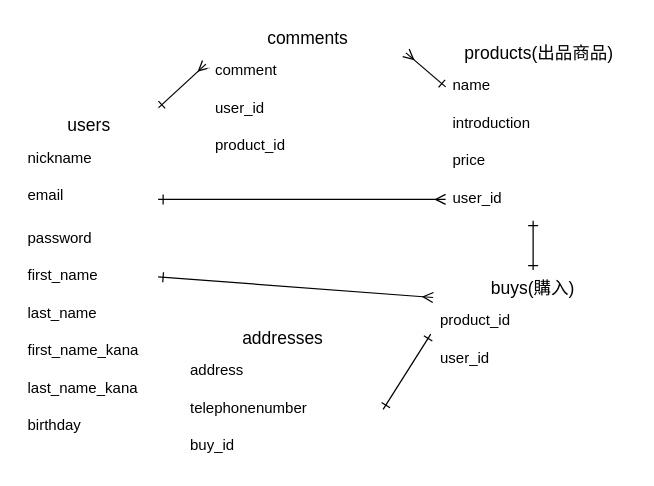
Earlier version of the draw.io diagram furima-37953.dio (pyonkichimaru/furima-37953). Source tidied: cells renumbered, new cells numbered last; positions are measured from the earlier drawing's top-left corner, leaving out a move shared by most shapes. Both pictures are drawn from the tidied source at 125%, with x=0, y=0 at pixel (20, 20).
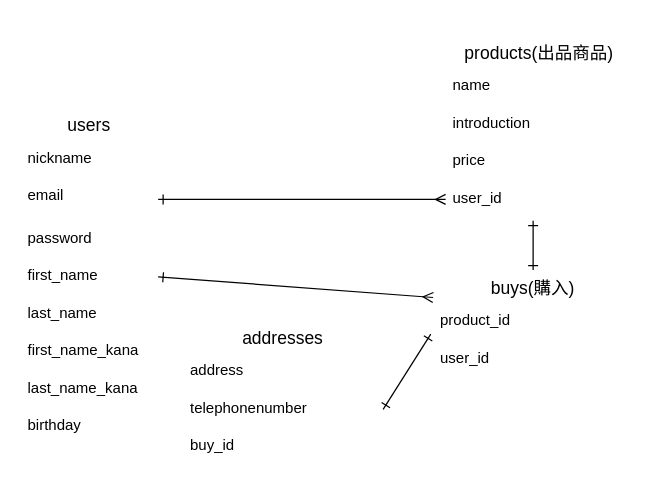
The same diagram, later.

Commit message (it also covers changes not shown here):
ER図とREADMEの再編集

The change refers to these unchanged cells:
```xml
<mxCell id="3" value="users" style="swimlane;fontStyle=0;horizontal=1;startSize=26;align=center;fontSize=14;strokeColor=#FFFFFF;" parent="1" vertex="1">
  <mxGeometry y="70" width="110" height="270" as="geometry" />
</mxCell>
<mxCell id="13" value="name" style="text;strokeColor=none;fillColor=none;spacingLeft=4;spacingRight=4;overflow=hidden;points=[[0,0.5],[1,0.5]];portConstraint=eastwest;fontSize=12;" parent="12" vertex="1">
  <mxGeometry y="26" width="150" height="30" as="geometry" />
</mxCell>
```

What changed in the source:
```diff
@@
-    <mxCell id="2" style="edgeStyle=none;html=1;exitX=1;exitY=0;exitDx=0;exitDy=0;entryX=-0.011;entryY=0.294;entryDx=0;entryDy=0;entryPerimeter=0;startArrow=ERone;startFill=0;endArrow=ERmany;endFill=0;" parent="1" edge="1" source="3" target="27">
-      <mxGeometry relative="1" as="geometry" />
-    </mxCell>
@@
-    <mxCell id="26" value="comments" style="swimlane;fontStyle=0;horizontal=1;startSize=26;align=center;fontSize=14;strokeColor=#FFFFFF;" parent="1" vertex="1">
-      <mxGeometry x="150" width="160" height="116" as="geometry" />
-    </mxCell>
-    <mxCell id="27" value="comment" style="text;strokeColor=none;fillColor=none;spacingLeft=4;spacingRight=4;overflow=hidden;points=[[0,0.5],[1,0.5]];portConstraint=eastwest;fontSize=12;" parent="26" vertex="1">
-      <mxGeometry y="26" width="160" height="30" as="geometry" />
-    </mxCell>
-    <mxCell id="28" value="user_id" style="text;strokeColor=none;fillColor=none;spacingLeft=4;spacingRight=4;overflow=hidden;fontSize=12;" parent="26" vertex="1">
-      <mxGeometry y="56" width="160" height="30" as="geometry" />
-    </mxCell>
-    <mxCell id="29" value="product_id" style="text;strokeColor=none;fillColor=none;spacingLeft=4;spacingRight=4;overflow=hidden;fontSize=12;" parent="26" vertex="1">
-      <mxGeometry y="86" width="160" height="30" as="geometry" />
-    </mxCell>
-    <mxCell id="30" style="edgeStyle=none;html=1;exitX=0;exitY=0.5;exitDx=0;exitDy=0;entryX=0.989;entryY=-0.006;entryDx=0;entryDy=0;entryPerimeter=0;startArrow=ERone;startFill=0;endArrow=ERmany;endFill=0;" parent="1" edge="1" source="13" target="27">
-      <mxGeometry relative="1" as="geometry" />
-    </mxCell>
```
